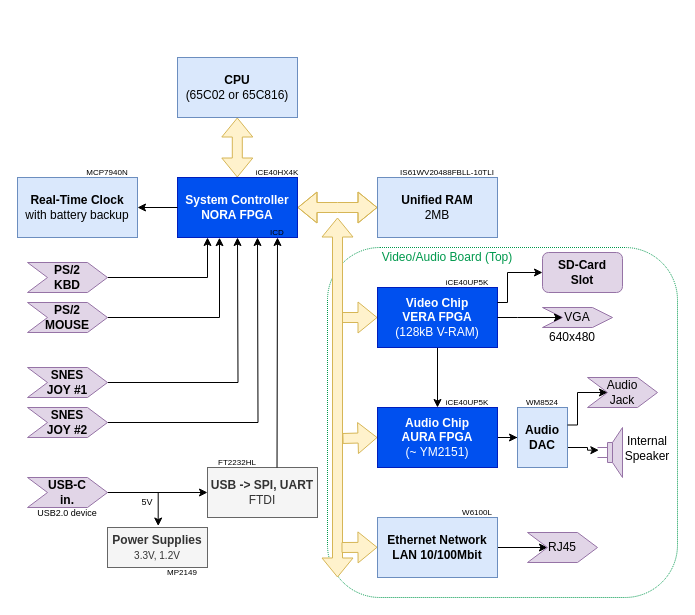
Above: doc/pic/x65-small-blockdiagram.drawio in jsyk/x65 (draw.io), before the change. Source tidied: cells renumbered, new cells numbered last; positions are measured from the earlier drawing's top-left corner, leaving out a move shared by most shapes. Both pictures are drawn from the tidied source at 100%, with x=0, y=0 at pixel (17, 57).
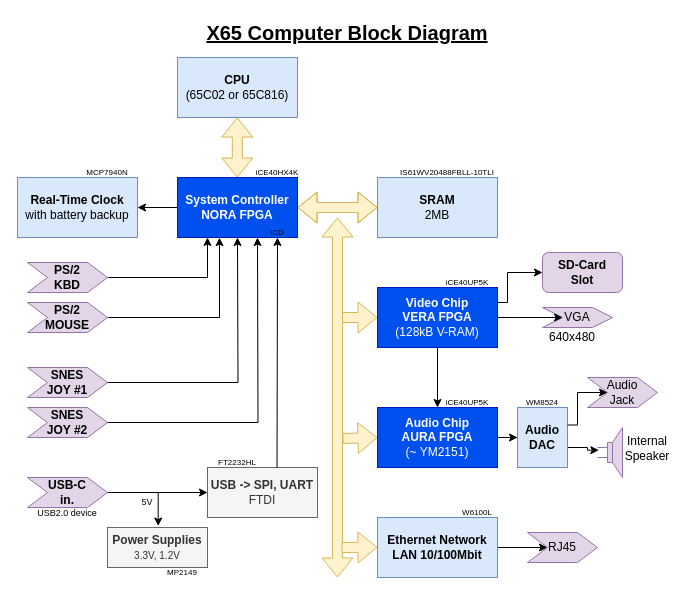
The same page after the edit.

What changed in the source:
```diff
@@
-    <mxCell id="2" style="rounded=1;whiteSpace=wrap;html=1;fillColor=none;dashed=1;dashPattern=1 1;strokeColor=#00994D;gradientColor=none;" parent="1" vertex="1">
-      <mxGeometry x="310" y="190" width="350" height="350" as="geometry" />
-    </mxCell>
@@
-    <mxCell id="6" value="&lt;b&gt;Unified RAM&lt;/b&gt;&lt;br&gt;2MB" style="rounded=0;whiteSpace=wrap;html=1;fillColor=#dae8fc;strokeColor=#6c8ebf;" parent="1" vertex="1">
+    <mxCell id="6" value="&lt;b&gt;SRAM&lt;/b&gt;&lt;br&gt;2MB" style="rounded=0;whiteSpace=wrap;html=1;fillColor=#dae8fc;strokeColor=#6c8ebf;" parent="1" vertex="1">
       <mxGeometry x="360" y="120" width="120" height="60" as="geometry" />
     </mxCell>
@@
-    <mxCell id="49" value="Video/Audio Board (Top)" style="text;html=1;strokeColor=none;fillColor=none;align=center;verticalAlign=middle;whiteSpace=wrap;rounded=0;fontColor=#00994D;" parent="1" vertex="1">
-      <mxGeometry x="345" y="190" width="170" height="20" as="geometry" />
-    </mxCell>
@@
+    <mxCell id="59" value="X65 Computer Block Diagram" style="text;html=1;strokeColor=none;fillColor=none;align=center;verticalAlign=middle;whiteSpace=wrap;rounded=0;fontSize=20;fontStyle=5;" parent="1" vertex="1">
+      <mxGeometry x="170" y="-40" width="320" height="30" as="geometry" />
+    </mxCell>
```
